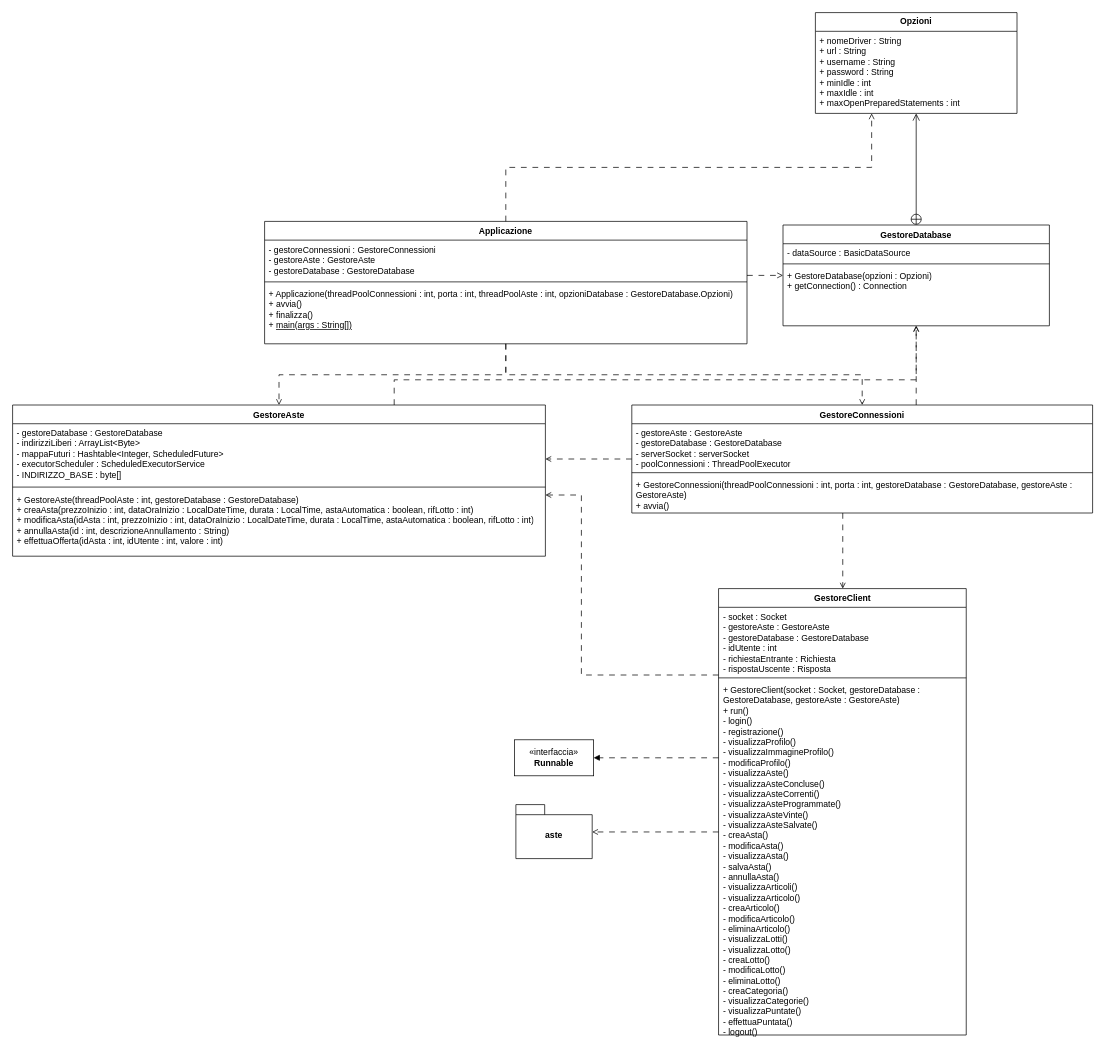
Before: documenti/DC-Server.drawio in Chaos-Rat/GAO, a draw.io diagram. Source tidied: cells renumbered, new cells numbered last; positions are measured from the earlier drawing's top-left corner, leaving out a move shared by most shapes. Both pictures are drawn from the tidied source at 72%, with x=0, y=0 at pixel (12, 12).
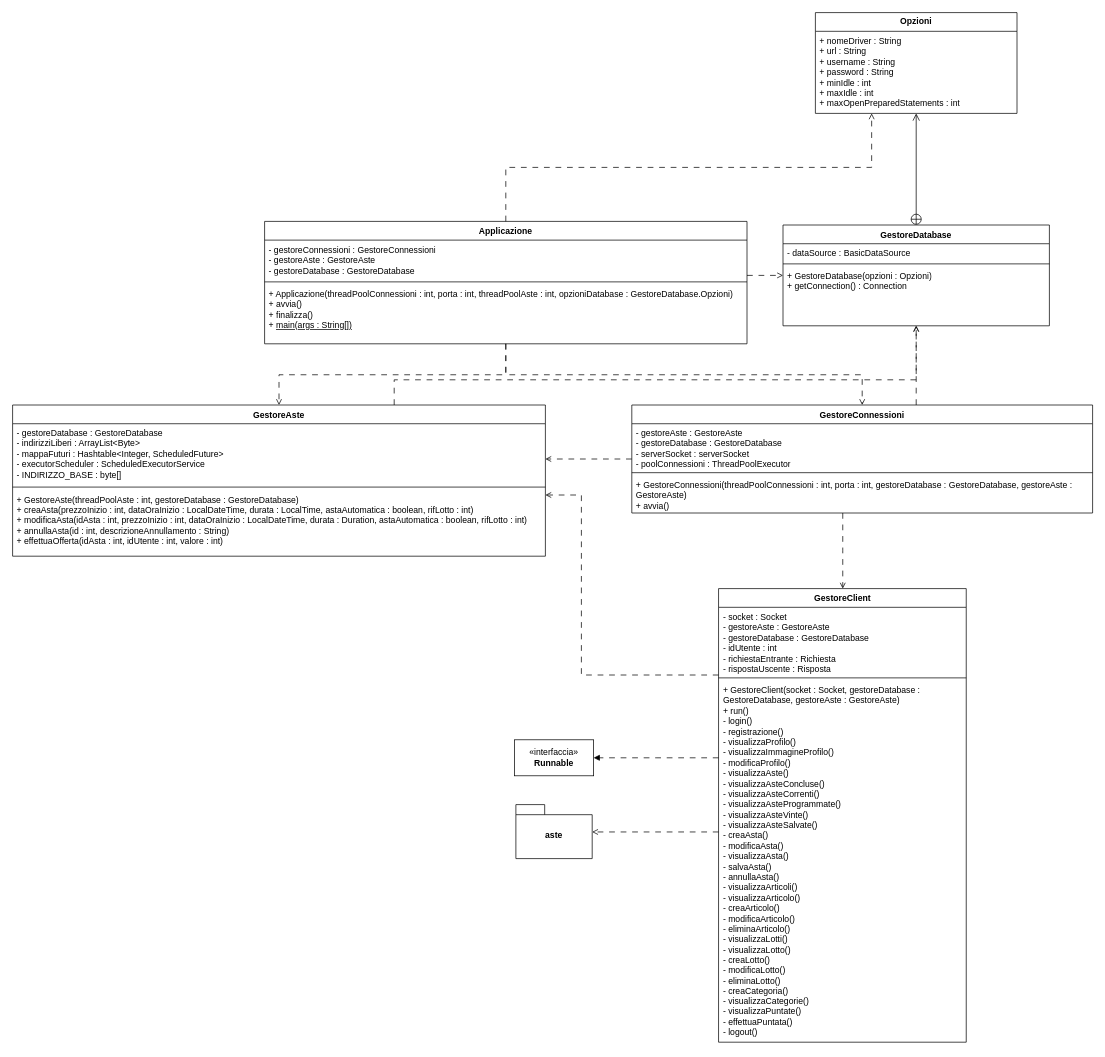
The same diagram, later.

Commit message (it also covers changes not shown here):
Continuata implementazione creaAsta

Cambiato il tipo di dato della durata di un'asta in un Duration.
Fix minori.

Unchanged cells that the change refers to:
```xml
<mxCell id="23" value="GestoreAste" style="swimlane;fontStyle=1;align=center;verticalAlign=top;horizontal=1;startSize=26;whiteSpace=wrap;html=1;" parent="1" vertex="1">
  <mxGeometry y="545" width="740" height="210" as="geometry" />
</mxCell>
```

Diff of the diagram source:
```diff
@@
     <mxCell id="11" value="GestoreClient" style="swimlane;fontStyle=1;align=center;verticalAlign=top;horizontal=1;startSize=26;whiteSpace=wrap;html=1;" parent="1" vertex="1">
-      <mxGeometry x="980.5" y="800" width="344" height="620" as="geometry" />
+      <mxGeometry x="980.5" y="800" width="344" height="630" as="geometry" />
     </mxCell>
@@
     <mxCell id="14" value="&lt;div&gt;+ GestoreClient(socket : Socket, gestoreDatabase : GestoreDatabase, gestoreAste : GestoreAste)&lt;/div&gt;&lt;div&gt;+ run()&lt;/div&gt;&lt;div&gt;- login()&lt;/div&gt;&lt;div&gt;- registrazione()&lt;/div&gt;&lt;div&gt;- visualizzaProfilo()&lt;/div&gt;&lt;div&gt;- visualizzaImmagineProfilo()&lt;/div&gt;&lt;div&gt;- modificaProfilo()&lt;/div&gt;&lt;div&gt;- visualizzaAste()&lt;/div&gt;&lt;div&gt;- visualizzaAsteConcluse()&lt;/div&gt;&lt;div&gt;- visualizzaAsteCorrenti()&lt;/div&gt;&lt;div&gt;- visualizzaAsteProgrammate()&lt;/div&gt;&lt;div&gt;- visualizzaAsteVinte()&lt;/div&gt;&lt;div&gt;- visualizzaAsteSalvate()&lt;/div&gt;&lt;div&gt;- creaAsta()&lt;/div&gt;&lt;div&gt;- modificaAsta()&lt;/div&gt;&lt;div&gt;- visualizzaAsta()&lt;br&gt;&lt;/div&gt;&lt;div&gt;- salvaAsta()&lt;br&gt;&lt;/div&gt;&lt;div&gt;- annullaAsta()&lt;/div&gt;&lt;div&gt;- visualizzaArticoli()&lt;/div&gt;&lt;div&gt;- visualizzaArticolo()&lt;/div&gt;&lt;div&gt;- creaArticolo()&lt;/div&gt;&lt;div&gt;- modificaArticolo()&lt;/div&gt;&lt;div&gt;- eliminaArticolo()&lt;/div&gt;&lt;div&gt;- visualizzaLotti()&lt;/div&gt;&lt;div&gt;- visualizzaLotto()&lt;/div&gt;&lt;div&gt;- creaLotto()&lt;/div&gt;&lt;div&gt;- modificaLotto()&lt;/div&gt;&lt;div&gt;- eliminaLotto()&lt;/div&gt;&lt;div&gt;- creaCategoria()&lt;/div&gt;&lt;div&gt;- visualizzaCategorie()&lt;/div&gt;&lt;div&gt;- visualizzaPuntate()&lt;/div&gt;&lt;div&gt;- effettuaPuntata()&lt;br&gt;&lt;/div&gt;&lt;div&gt;- logout()&lt;/div&gt;" style="text;strokeColor=none;fillColor=none;align=left;verticalAlign=top;spacingLeft=4;spacingRight=4;overflow=hidden;whiteSpace=wrap;html=1;" parent="11" vertex="1">
-      <mxGeometry y="128" width="344" height="492" as="geometry" />
+      <mxGeometry y="128" width="344" height="502" as="geometry" />
     </mxCell>
@@
-    <mxCell id="26" value="&lt;div&gt;+ GestoreAste(threadPoolAste : int, gestoreDatabase : GestoreDatabase)&lt;/div&gt;&lt;div&gt;+ creaAsta(prezzoInizio : int, dataOraInizio : LocalDateTime, durata : LocalTime, astaAutomatica : boolean, rifLotto : int)&lt;/div&gt;&lt;div&gt;+ modificaAsta(idAsta : int, prezzoInizio : int, dataOraInizio : LocalDateTime, durata : LocalTime, astaAutomatica : boolean, rifLotto : int)&lt;/div&gt;&lt;div&gt;+ annullaAsta(id : int, descrizioneAnnullamento : String)&lt;/div&gt;&lt;div&gt;+ effettuaOfferta(idAsta : int, idUtente : int, valore : int)&lt;/div&gt;&lt;div&gt;&lt;br&gt;&lt;/div&gt;" style="text;strokeColor=none;fillColor=none;align=left;verticalAlign=top;spacingLeft=4;spacingRight=4;overflow=hidden;whiteSpace=wrap;html=1;" parent="23" vertex="1">
+    <mxCell id="26" value="&lt;div&gt;+ GestoreAste(threadPoolAste : int, gestoreDatabase : GestoreDatabase)&lt;/div&gt;&lt;div&gt;+ creaAsta(prezzoInizio : int, dataOraInizio : LocalDateTime, durata : LocalTime, astaAutomatica : boolean, rifLotto : int)&lt;/div&gt;&lt;div&gt;+ modificaAsta(idAsta : int, prezzoInizio : int, dataOraInizio : LocalDateTime, durata : Duration, astaAutomatica : boolean, rifLotto : int)&lt;/div&gt;&lt;div&gt;+ annullaAsta(id : int, descrizioneAnnullamento : String)&lt;/div&gt;&lt;div&gt;+ effettuaOfferta(idAsta : int, idUtente : int, valore : int)&lt;/div&gt;&lt;div&gt;&lt;br&gt;&lt;/div&gt;" style="text;strokeColor=none;fillColor=none;align=left;verticalAlign=top;spacingLeft=4;spacingRight=4;overflow=hidden;whiteSpace=wrap;html=1;" parent="23" vertex="1">
       <mxGeometry y="118" width="740" height="92" as="geometry" />
     </mxCell>
```
